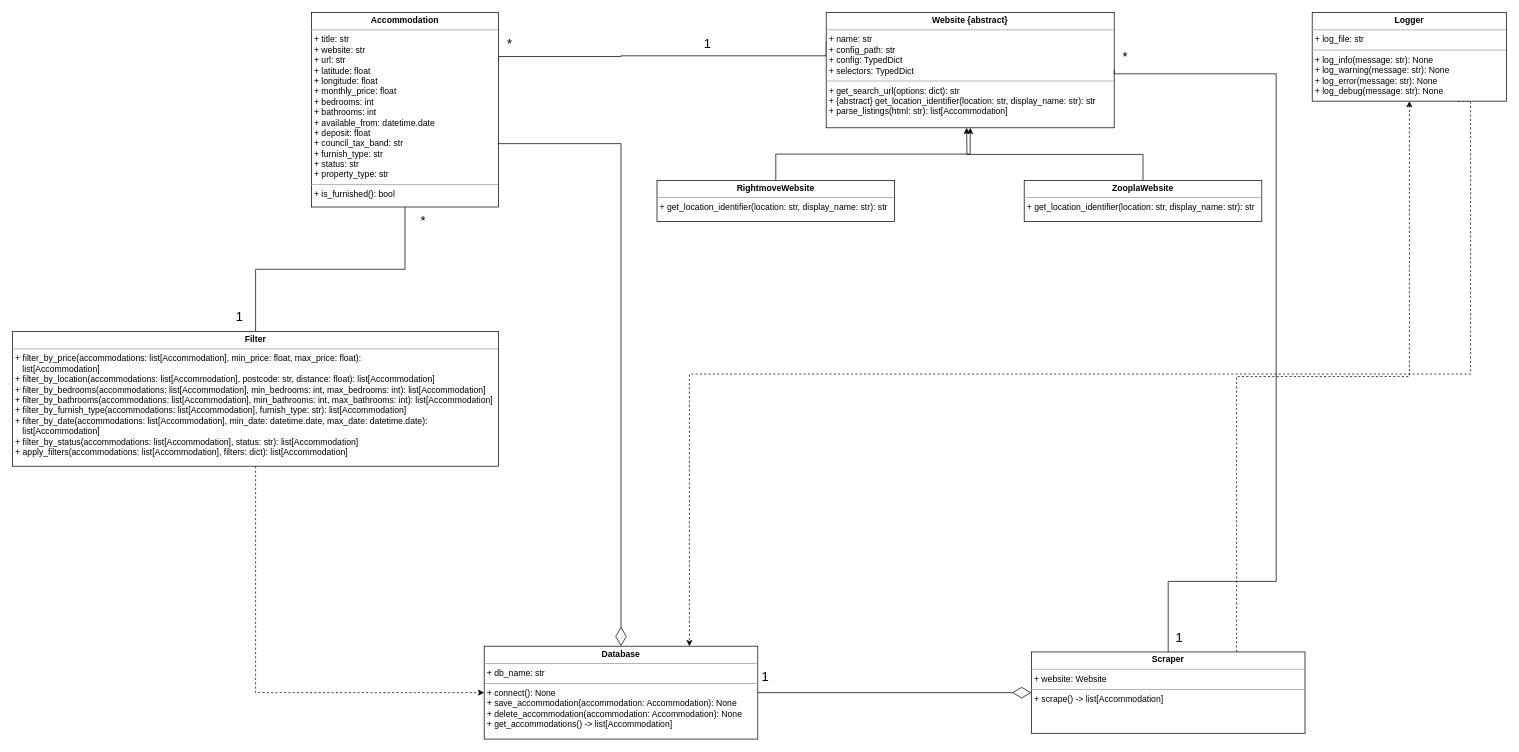
Above: UML Diagram.drawio in Adam-Calleja/rightmove_web_scraper (draw.io), before the change. Source tidied: cells renumbered, new cells numbered last; positions are measured from the earlier drawing's top-left corner, leaving out a move shared by most shapes. Both pictures are drawn from the tidied source at 72%, with x=0, y=0 at pixel (12, 12).
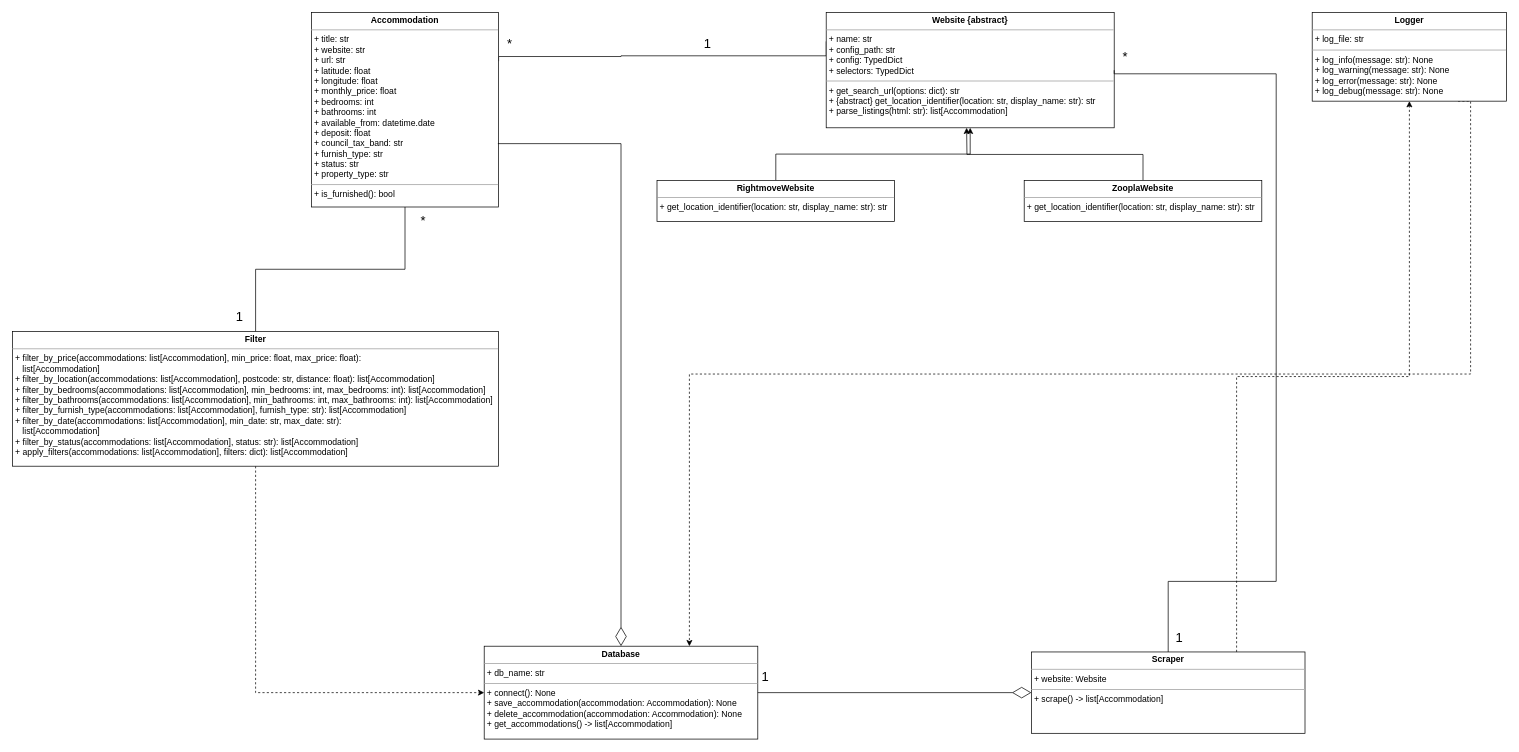
Above is the later version.

Commit message:
Modify the design of the filter_by_date method

Modified the type of the min_date and max_date parameters to
str (rather than datetime.date), to allow for users to enter
the date constraints more easily.

What changed in the source:
```diff
@@
-    <mxCell id="9" value="&lt;p style=&quot;margin:0px;margin-top:4px;text-align:center;&quot;&gt;&lt;b&gt;Filter&lt;/b&gt;&lt;/p&gt;&lt;hr size=&quot;1&quot;&gt;&lt;p style=&quot;margin:0px;margin-left:4px;&quot;&gt;+ filter_by_price(accommodations: list[Accommodation], min_price: float, max_price: float):&lt;/p&gt;&lt;p style=&quot;margin:0px;margin-left:4px;&quot;&gt;&amp;nbsp; &amp;nbsp;list[Accommodation]&lt;/p&gt;&lt;p style=&quot;margin:0px;margin-left:4px;&quot;&gt;+ filter_by_location(accommodations: list[Accommodation], postcode: str, distance: float): list[Accommodation]&lt;/p&gt;&lt;p style=&quot;margin:0px;margin-left:4px;&quot;&gt;+ filter_by_bedrooms(accommodations: list[Accommodation], min_bedrooms: int, max_bedrooms: int): list[Accommodation]&lt;/p&gt;&lt;p style=&quot;margin:0px;margin-left:4px;&quot;&gt;+ filter_by_bathrooms(accommodations: list[Accommodation], min_bathrooms: int, max_bathrooms: int): list[Accommodation]&lt;/p&gt;&lt;p style=&quot;margin:0px;margin-left:4px;&quot;&gt;+&amp;nbsp;&lt;span style=&quot;background-color: transparent; color: light-dark(rgb(0, 0, 0), rgb(255, 255, 255));&quot;&gt;filter_by_furnish_type(accommodations: list[Accommodation], furnish_type: str): list[Accommodation]&lt;/span&gt;&lt;/p&gt;&lt;p style=&quot;margin:0px;margin-left:4px;&quot;&gt;&lt;span style=&quot;background-color: transparent; color: light-dark(rgb(0, 0, 0), rgb(255, 255, 255));&quot;&gt;+ filter_by_date&lt;/span&gt;&lt;span style=&quot;background-color: transparent; color: light-dark(rgb(0, 0, 0), rgb(255, 255, 255));&quot;&gt;(accommodations: list[Accommodation], min_date: datetime.date, max_date: datetime.date):&lt;/span&gt;&lt;/p&gt;&lt;p style=&quot;margin: 0px 0px 0px 4px;&quot;&gt;&amp;nbsp; &amp;nbsp;list[Accommodation]&lt;/p&gt;&lt;p style=&quot;margin: 0px 0px 0px 4px;&quot;&gt;+ filter_by_status(accommodations: list[Accommodation], status: str): list[Accommodation]&lt;/p&gt;&lt;p style=&quot;margin: 0px 0px 0px 4px;&quot;&gt;+&amp;nbsp;&lt;span style=&quot;background-color: transparent; color: light-dark(rgb(0, 0, 0), rgb(255, 255, 255));&quot;&gt;apply_filters(accommodations: list[Accommodation], filters: dict): list[Accommodation]&lt;/span&gt;&lt;/p&gt;" style="verticalAlign=top;align=left;overflow=fill;fontSize=12;fontFamily=Helvetica;html=1;rounded=0;shadow=0;comic=0;labelBackgroundColor=none;strokeWidth=1;" parent="1" vertex="1">
+    <mxCell id="9" value="&lt;p style=&quot;margin:0px;margin-top:4px;text-align:center;&quot;&gt;&lt;b&gt;Filter&lt;/b&gt;&lt;/p&gt;&lt;hr size=&quot;1&quot;&gt;&lt;p style=&quot;margin:0px;margin-left:4px;&quot;&gt;+ filter_by_price(accommodations: list[Accommodation], min_price: float, max_price: float):&lt;/p&gt;&lt;p style=&quot;margin:0px;margin-left:4px;&quot;&gt;&amp;nbsp; &amp;nbsp;list[Accommodation]&lt;/p&gt;&lt;p style=&quot;margin:0px;margin-left:4px;&quot;&gt;+ filter_by_location(accommodations: list[Accommodation], postcode: str, distance: float): list[Accommodation]&lt;/p&gt;&lt;p style=&quot;margin:0px;margin-left:4px;&quot;&gt;+ filter_by_bedrooms(accommodations: list[Accommodation], min_bedrooms: int, max_bedrooms: int): list[Accommodation]&lt;/p&gt;&lt;p style=&quot;margin:0px;margin-left:4px;&quot;&gt;+ filter_by_bathrooms(accommodations: list[Accommodation], min_bathrooms: int, max_bathrooms: int): list[Accommodation]&lt;/p&gt;&lt;p style=&quot;margin:0px;margin-left:4px;&quot;&gt;+&amp;nbsp;&lt;span style=&quot;background-color: transparent; color: light-dark(rgb(0, 0, 0), rgb(255, 255, 255));&quot;&gt;filter_by_furnish_type(accommodations: list[Accommodation], furnish_type: str): list[Accommodation]&lt;/span&gt;&lt;/p&gt;&lt;p style=&quot;margin:0px;margin-left:4px;&quot;&gt;&lt;span style=&quot;background-color: transparent; color: light-dark(rgb(0, 0, 0), rgb(255, 255, 255));&quot;&gt;+ filter_by_date&lt;/span&gt;&lt;span style=&quot;background-color: transparent; color: light-dark(rgb(0, 0, 0), rgb(255, 255, 255));&quot;&gt;(accommodations: list[Accommodation], min_date: str, max_date: str):&lt;/span&gt;&lt;/p&gt;&lt;p style=&quot;margin: 0px 0px 0px 4px;&quot;&gt;&amp;nbsp; &amp;nbsp;list[Accommodation]&lt;/p&gt;&lt;p style=&quot;margin: 0px 0px 0px 4px;&quot;&gt;+ filter_by_status(accommodations: list[Accommodation], status: str): list[Accommodation]&lt;/p&gt;&lt;p style=&quot;margin: 0px 0px 0px 4px;&quot;&gt;+&amp;nbsp;&lt;span style=&quot;background-color: transparent; color: light-dark(rgb(0, 0, 0), rgb(255, 255, 255));&quot;&gt;apply_filters(accommodations: list[Accommodation], filters: dict): list[Accommodation]&lt;/span&gt;&lt;/p&gt;" style="verticalAlign=top;align=left;overflow=fill;fontSize=12;fontFamily=Helvetica;html=1;rounded=0;shadow=0;comic=0;labelBackgroundColor=none;strokeWidth=1;" parent="1" vertex="1">
       <mxGeometry y="443" width="675" height="187" as="geometry" />
     </mxCell>
```
